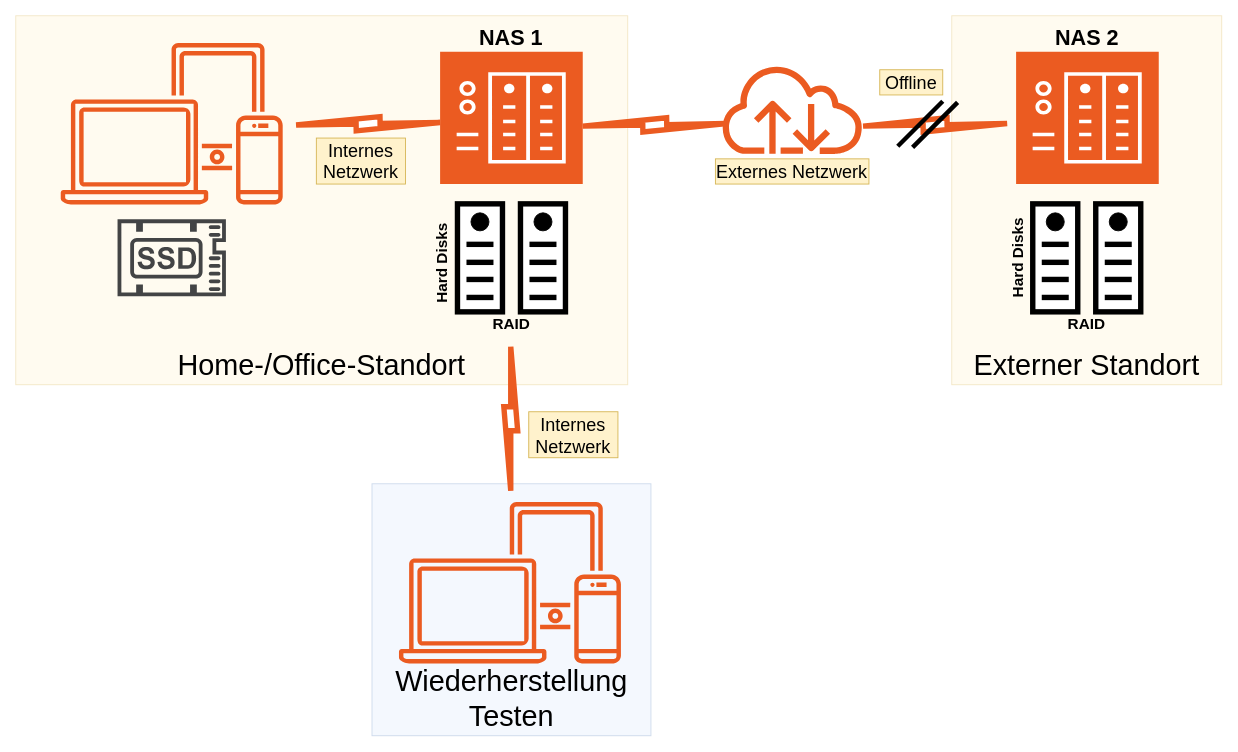
Before: SmarterTec Data Management 3-2-1.drawio in noelchiocchetti/SmarterTec, a draw.io diagram. Source tidied: cells renumbered, new cells numbered last; positions are measured from the earlier drawing's top-left corner, leaving out a move shared by most shapes. Both pictures are drawn from the tidied source at 90%, with x=0, y=0 at pixel (15, 15).
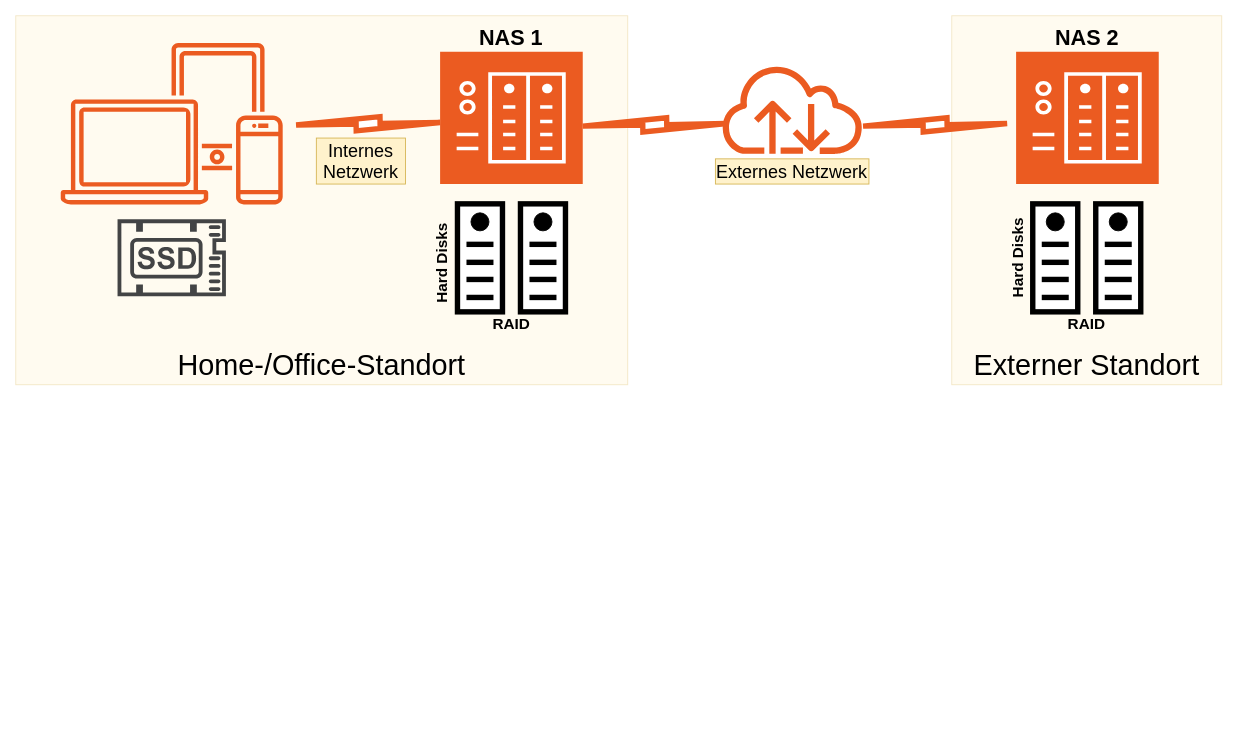
Above is the later version.

Change to the diagram source:
```diff
@@
-    <mxCell id="2" value="Wiederherstellung Testen" style="rounded=0;whiteSpace=wrap;html=1;fillColor=#dae8fc;strokeColor=#6c8ebf;fillStyle=auto;opacity=30;verticalAlign=bottom;fontSize=32;" parent="1" vertex="1">
-      <mxGeometry x="395.8" y="520" width="310" height="280" as="geometry" />
-    </mxCell>
@@
-    <mxCell id="45" style="endArrow=none;html=1;rounded=0;strokeWidth=5;" parent="1" edge="1">
-      <mxGeometry relative="1" as="geometry">
-        <mxPoint x="980" y="145" as="sourcePoint" />
-        <mxPoint x="1030" y="95" as="targetPoint" />
-      </mxGeometry>
-    </mxCell>
-    <mxCell id="46" style="endArrow=none;html=1;rounded=0;strokeWidth=5;" parent="1" edge="1">
-      <mxGeometry relative="1" as="geometry">
-        <mxPoint x="996.5" y="146.2" as="sourcePoint" />
-        <mxPoint x="1046.5" y="96.2" as="targetPoint" />
-      </mxGeometry>
-    </mxCell>
-    <mxCell id="47" value="Offline" style="whiteSpace=wrap;html=1;fillColor=#fff2cc;strokeColor=#d6b656;fontSize=20;" parent="1" vertex="1">
-      <mxGeometry x="960" y="60" width="70" height="28" as="geometry" />
-    </mxCell>
-    <mxCell id="48" style="sketch=0;gradientColor=none;fontColor=#545B64;strokeColor=none;fillColor=#EB5B21;dashed=0;verticalLabelPosition=bottom;verticalAlign=top;align=center;html=1;fontSize=12;fontStyle=0;shape=mxgraph.aws4.illustration_devices;" parent="1" vertex="1">
-      <mxGeometry x="425.8" y="540" width="246.6" height="180" as="geometry" />
-    </mxCell>
-    <mxCell id="49" style="html=1;verticalLabelPosition=bottom;align=center;labelBackgroundColor=#ffffff;verticalAlign=top;strokeWidth=6;strokeColor=#EB5B21;shadow=0;dashed=0;shape=mxgraph.ios7.icons.flash;rotation=90;" parent="1" vertex="1">
-      <mxGeometry x="470" y="440" width="160" height="15.4" as="geometry" />
-    </mxCell>
-    <mxCell id="50" value="Internes&lt;div&gt;Netzwerk&lt;/div&gt;" style="whiteSpace=wrap;html=1;fillColor=#fff2cc;strokeColor=#d6b656;fontSize=20;" parent="1" vertex="1">
-      <mxGeometry x="570" y="440" width="99.1" height="51.1" as="geometry" />
-    </mxCell>
```
